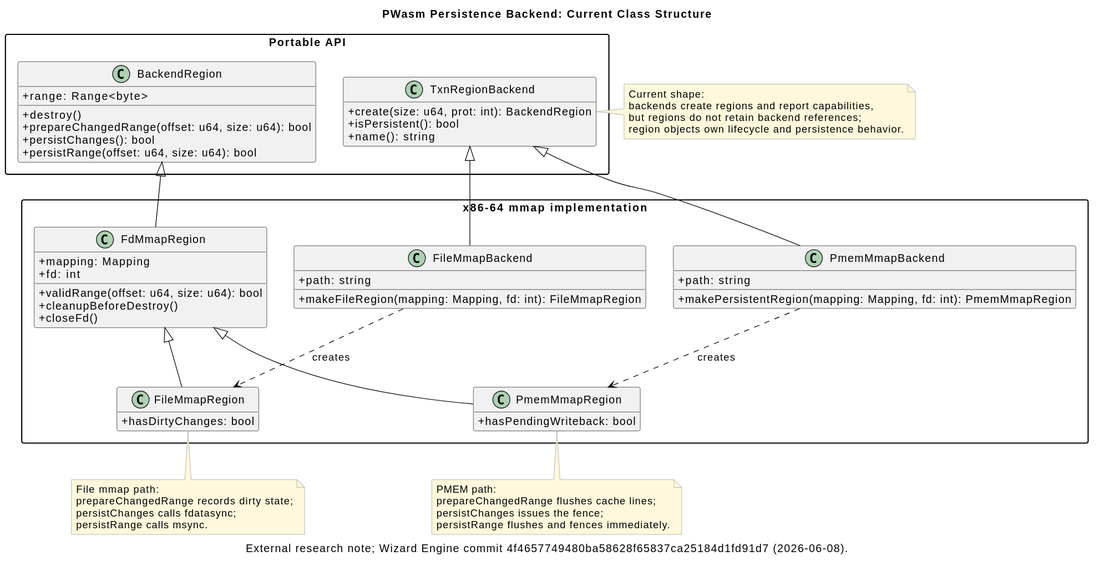
Above: rendered/current-backend-hierarchy.svg in SaltedTan/pwasm-persistence-notes (PlantUML), before the change.
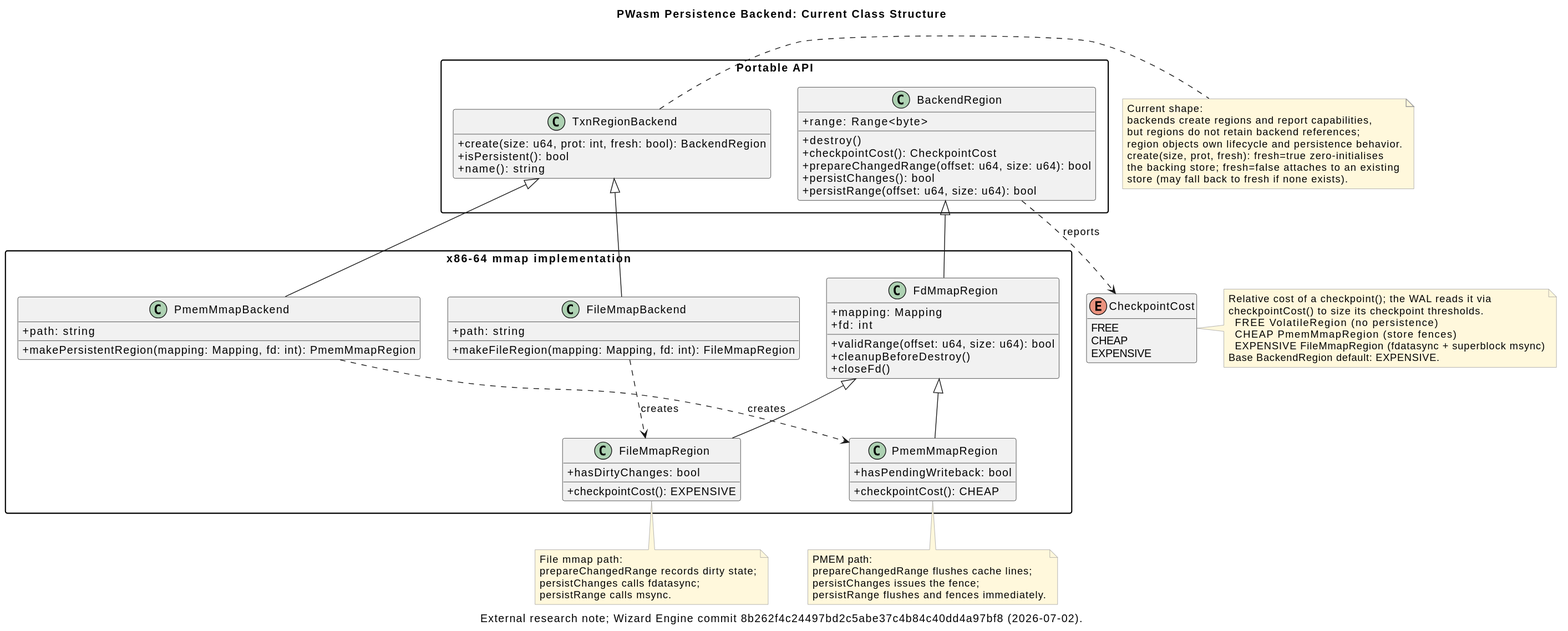
The same diagram one commit later.

Commit message:
Update diagrams to multi-transaction WAL; add recovery + capability diagrams

The edit, as a diff of the source:
```diff
@@ -2,19 +2,26 @@
 !include style.puml
 
 title PWasm Persistence Backend: Current Class Structure
-caption External research note; Wizard Engine commit 4f4657749480ba58628f65837ca25184d1fd91d7 (2026-06-08).
+caption External research note; Wizard Engine commit 8b262f4c24497bd2c5abe37c4b84c40dd4a97bf8 (2026-07-02).
+
+enum CheckpointCost {
+  FREE
+  CHEAP
+  EXPENSIVE
+}
 
 package "Portable API" {
   class BackendRegion {
     +range: Range<byte>
     +destroy()
+    +checkpointCost(): CheckpointCost
     +prepareChangedRange(offset: u64, size: u64): bool
     +persistChanges(): bool
     +persistRange(offset: u64, size: u64): bool
   }
 
   class TxnRegionBackend {
-    +create(size: u64, prot: int): BackendRegion
+    +create(size: u64, prot: int, fresh: bool): BackendRegion
     +isPersistent(): bool
     +name(): string
   }
@@ -31,10 +38,12 @@
 
   class FileMmapRegion {
     +hasDirtyChanges: bool
+    +checkpointCost(): EXPENSIVE
   }
 
   class PmemMmapRegion {
     +hasPendingWriteback: bool
+    +checkpointCost(): CHEAP
   }
 
   class PmemMmapBackend {
@@ -58,11 +67,25 @@
 PmemMmapBackend ..> PmemMmapRegion : creates
 FileMmapBackend ..> FileMmapRegion : creates
 
+BackendRegion ..> CheckpointCost : reports
+
 note right of TxnRegionBackend
 Current shape:
 backends create regions and report capabilities,
 but regions do not retain backend references;
 region objects own lifecycle and persistence behavior.
+create(size, prot, fresh): fresh=true zero-initialises
+the backing store; fresh=false attaches to an existing
+store (may fall back to fresh if none exists).
+end note
+
+note right of CheckpointCost
+Relative cost of a checkpoint(); the WAL reads it via
+checkpointCost() to size its checkpoint thresholds.
+  FREE      VolatileRegion (no persistence)
+  CHEAP     PmemMmapRegion (store fences)
+  EXPENSIVE FileMmapRegion (fdatasync + superblock msync)
+Base BackendRegion default: EXPENSIVE.
 end note
 
 note bottom of PmemMmapRegion
```
